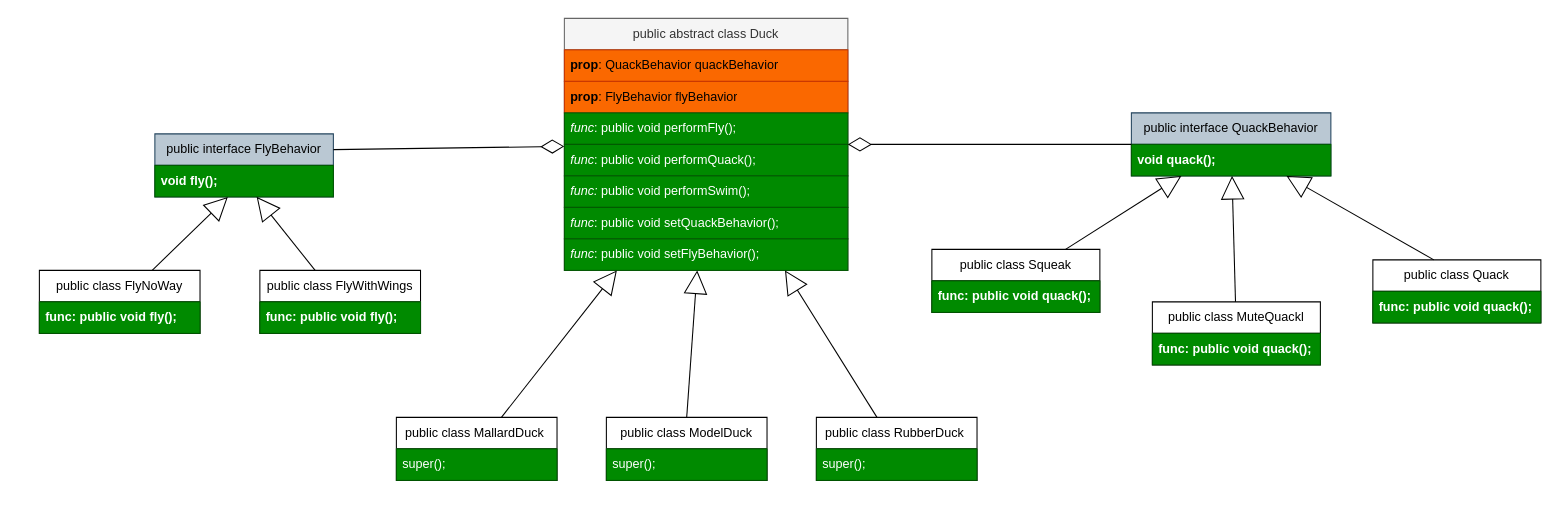
Above: StrategyPattern/src/exercise_2/KaczkiDiagram.drawio in Sjemanko/javastudia (draw.io), before the change. Source tidied: cells renumbered, new cells numbered last; positions are measured from the earlier drawing's top-left corner, leaving out a move shared by most shapes. Both pictures are drawn from the tidied source at 105%, with x=0, y=0 at pixel (39, 18).
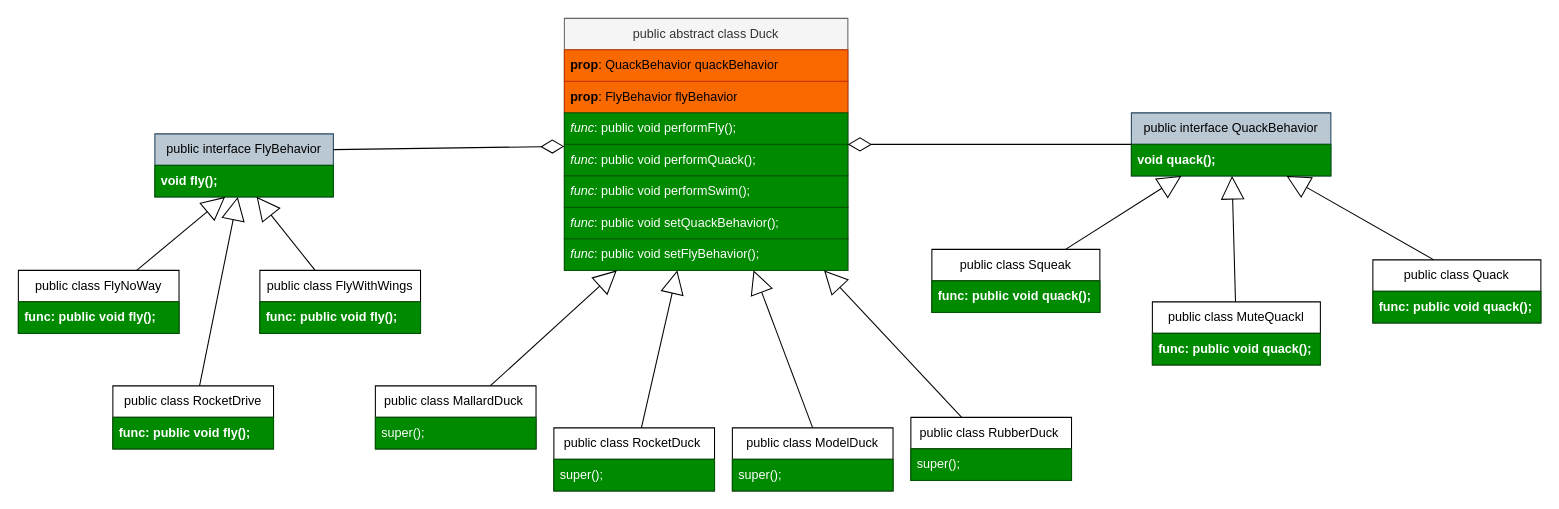
The same page after the edit.

The change refers to these unchanged cells:
```xml
<mxCell id="2" value="public abstract class Duck" style="swimlane;fontStyle=0;horizontal=1;startSize=30;whiteSpace=wrap;html=1;fillColor=#f5f5f5;strokeColor=#666666;fontColor=#333333;" parent="1" vertex="1">
  <mxGeometry x="500" width="270" height="240" as="geometry" />
</mxCell>
<mxCell id="10" value="public interface FlyBehavior" style="swimlane;fontStyle=0;horizontal=1;startSize=30;whiteSpace=wrap;html=1;fillColor=#bac8d3;strokeColor=#23445d;" parent="1" vertex="1">
  <mxGeometry x="110" y="110" width="170" height="60" as="geometry" />
</mxCell>
```

What changed in the source:
```diff
@@
     <mxCell id="26" value="public class FlyNoWay" style="swimlane;fontStyle=0;horizontal=1;startSize=30;whiteSpace=wrap;html=1;" parent="1" vertex="1">
-      <mxGeometry y="240" width="153" height="60" as="geometry" />
+      <mxGeometry x="-20" y="240" width="153" height="60" as="geometry" />
     </mxCell>
@@
     <mxCell id="32" value="public class MallardDuck&amp;nbsp;" style="swimlane;fontStyle=0;horizontal=1;startSize=30;whiteSpace=wrap;html=1;" parent="1" vertex="1">
-      <mxGeometry x="340" y="380" width="153" height="60" as="geometry" />
+      <mxGeometry x="320" y="350" width="153" height="60" as="geometry" />
     </mxCell>
@@
     <mxCell id="34" value="public class ModelDuck" style="swimlane;fontStyle=0;horizontal=1;startSize=30;whiteSpace=wrap;html=1;" parent="1" vertex="1">
-      <mxGeometry x="540" y="380" width="153" height="60" as="geometry" />
+      <mxGeometry x="660" y="390" width="153" height="60" as="geometry" />
     </mxCell>
@@
     <mxCell id="38" value="public class RubberDuck&amp;nbsp;" style="swimlane;fontStyle=0;horizontal=1;startSize=30;whiteSpace=wrap;html=1;" parent="1" vertex="1">
-      <mxGeometry x="740" y="380" width="153" height="60" as="geometry" />
+      <mxGeometry x="830" y="380" width="153" height="60" as="geometry" />
     </mxCell>
@@
+    <mxCell id="40" value="public class RocketDrive" style="swimlane;fontStyle=0;horizontal=1;startSize=30;whiteSpace=wrap;html=1;" parent="1" vertex="1">
+      <mxGeometry x="70" y="350" width="153" height="60" as="geometry" />
+    </mxCell>
+    <mxCell id="41" value="&lt;b&gt;func: public void fly();&lt;/b&gt;" style="text;strokeColor=#005700;fillColor=#008a00;align=left;verticalAlign=middle;spacingLeft=4;spacingRight=4;overflow=hidden;whiteSpace=wrap;html=1;fontColor=#ffffff;" parent="40" vertex="1">
+      <mxGeometry y="30" width="153" height="30" as="geometry" />
+    </mxCell>
+    <mxCell id="42" style="endArrow=block;html=1;rounded=0;endFill=0;endSize=20;" parent="1" edge="1" source="40" target="10">
+      <mxGeometry relative="1" as="geometry" />
+    </mxCell>
+    <mxCell id="43" value="public class RocketDuck&lt;span style=&quot;background-color: initial;&quot;&gt;&amp;nbsp;&lt;/span&gt;" style="swimlane;fontStyle=0;horizontal=1;startSize=30;whiteSpace=wrap;html=1;" parent="1" vertex="1">
+      <mxGeometry x="490" y="390" width="153" height="60" as="geometry" />
+    </mxCell>
+    <mxCell id="44" value="super();" style="text;strokeColor=#005700;fillColor=#008a00;align=left;verticalAlign=middle;spacingLeft=4;spacingRight=4;overflow=hidden;whiteSpace=wrap;html=1;fontColor=#ffffff;" parent="43" vertex="1">
+      <mxGeometry y="30" width="153" height="30" as="geometry" />
+    </mxCell>
+    <mxCell id="45" style="endArrow=block;html=1;rounded=0;endFill=0;endSize=20;" parent="1" edge="1" source="43" target="2">
+      <mxGeometry relative="1" as="geometry" />
+    </mxCell>
```
